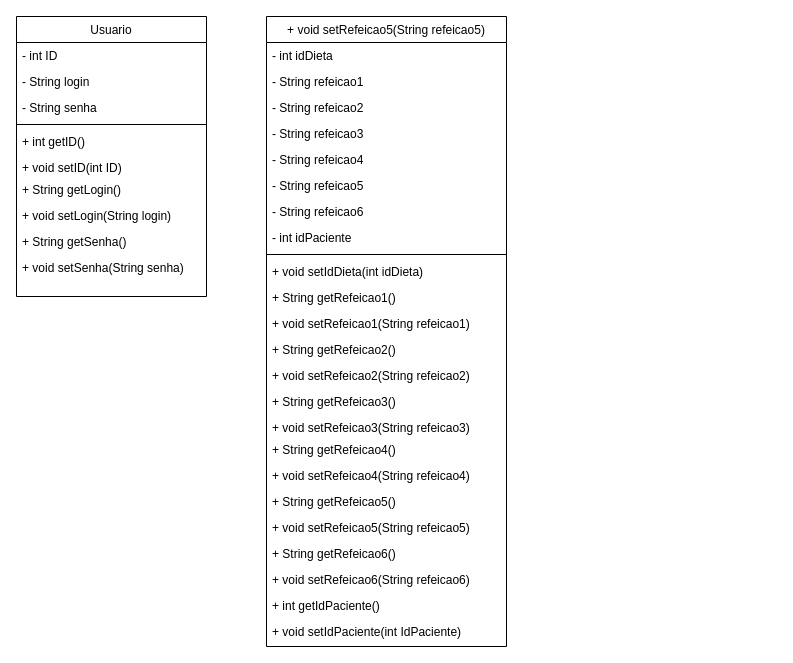
The draw.io diagram diagrama/Diagrama_Classe.drawio in Surfhaii/ProjectEng01, before the edit. Source tidied: cells renumbered, new cells numbered last; positions are measured from the earlier drawing's top-left corner, leaving out a move shared by most shapes. Both pictures are drawn from the tidied source at 100%, with x=0, y=0 at pixel (16, 16).
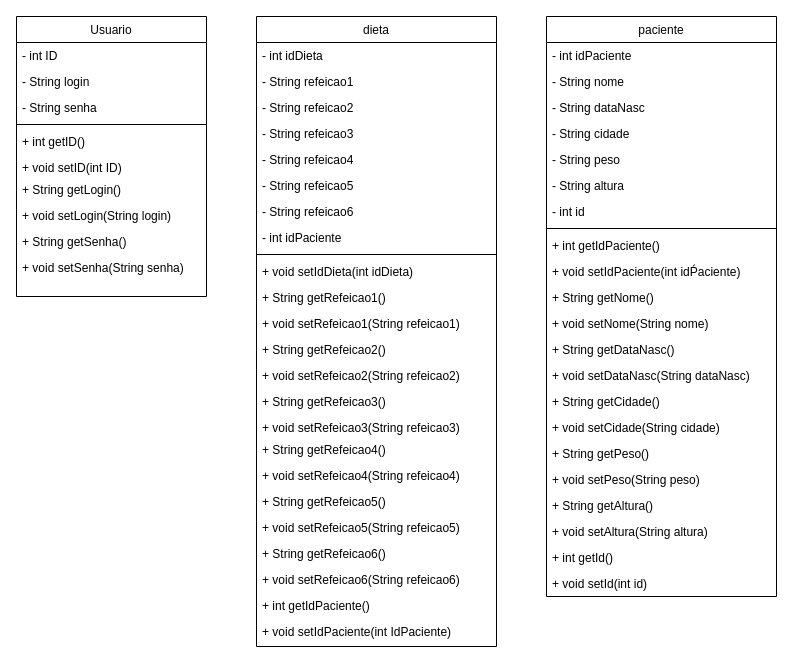
After the change.

Diff of the diagram source:
```diff
@@
-    <mxCell id="13" value="+ void setRefeicao5(String refeicao5)" style="swimlane;fontStyle=0;align=center;verticalAlign=top;horizontal=1;startSize=26;rounded=0;shadow=0;strokeWidth=1;" parent="1" vertex="1">
-      <mxGeometry x="250" width="240" height="630" as="geometry" />
+    <mxCell id="13" value="dieta" style="swimlane;fontStyle=0;align=center;verticalAlign=top;horizontal=1;startSize=26;rounded=0;shadow=0;strokeWidth=1;" parent="1" vertex="1">
+      <mxGeometry x="240" width="240" height="630" as="geometry" />
     </mxCell>
@@
+    <mxCell id="38" value="paciente" style="swimlane;fontStyle=0;align=center;verticalAlign=top;horizontal=1;startSize=26;rounded=0;shadow=0;strokeWidth=1;" parent="1" vertex="1">
+      <mxGeometry x="530" width="230" height="580" as="geometry" />
+    </mxCell>
+    <mxCell id="39" value="- int idPaciente" style="text;align=left;verticalAlign=top;spacingLeft=4;spacingRight=4;overflow=hidden;rounded=0;shadow=0;html=0;" parent="38" vertex="1">
+      <mxGeometry y="26" width="230" height="26" as="geometry" />
+    </mxCell>
+    <mxCell id="40" value="- String nome" style="text;align=left;verticalAlign=top;spacingLeft=4;spacingRight=4;overflow=hidden;rounded=0;shadow=0;html=0;" parent="38" vertex="1">
+      <mxGeometry y="52" width="230" height="26" as="geometry" />
+    </mxCell>
+    <mxCell id="41" value="- String dataNasc" style="text;align=left;verticalAlign=top;spacingLeft=4;spacingRight=4;overflow=hidden;rounded=0;shadow=0;html=0;" parent="38" vertex="1">
+      <mxGeometry y="78" width="230" height="26" as="geometry" />
+    </mxCell>
+    <mxCell id="42" value="- String cidade" style="text;align=left;verticalAlign=top;spacingLeft=4;spacingRight=4;overflow=hidden;rounded=0;shadow=0;html=0;" parent="38" vertex="1">
+      <mxGeometry y="104" width="230" height="26" as="geometry" />
+    </mxCell>
+    <mxCell id="43" value="- String peso" style="text;align=left;verticalAlign=top;spacingLeft=4;spacingRight=4;overflow=hidden;rounded=0;shadow=0;html=0;" parent="38" vertex="1">
+      <mxGeometry y="130" width="230" height="26" as="geometry" />
+    </mxCell>
+    <mxCell id="44" value="- String altura" style="text;align=left;verticalAlign=top;spacingLeft=4;spacingRight=4;overflow=hidden;rounded=0;shadow=0;html=0;" parent="38" vertex="1">
+      <mxGeometry y="156" width="230" height="26" as="geometry" />
+    </mxCell>
+    <mxCell id="45" value="- int id" style="text;align=left;verticalAlign=top;spacingLeft=4;spacingRight=4;overflow=hidden;rounded=0;shadow=0;html=0;" parent="38" vertex="1">
+      <mxGeometry y="182" width="230" height="26" as="geometry" />
+    </mxCell>
+    <mxCell id="46" style="line;html=1;strokeWidth=1;align=left;verticalAlign=middle;spacingTop=-1;spacingLeft=3;spacingRight=3;labelPosition=right;" parent="38" vertex="1">
+      <mxGeometry y="208" width="230" height="8" as="geometry" />
+    </mxCell>
+    <mxCell id="47" value="+ int getIdPaciente()" style="text;align=left;verticalAlign=top;spacingLeft=4;spacingRight=4;overflow=hidden;" parent="38" vertex="1">
+      <mxGeometry y="216" width="230" height="26" as="geometry" />
+    </mxCell>
+    <mxCell id="48" value="+ void setIdPaciente(int idṔaciente)" style="text;align=left;verticalAlign=top;spacingLeft=4;spacingRight=4;overflow=hidden;" parent="38" vertex="1">
+      <mxGeometry y="242" width="230" height="26" as="geometry" />
+    </mxCell>
+    <mxCell id="49" value="+ String getNome()" style="text;align=left;verticalAlign=top;spacingLeft=4;spacingRight=4;overflow=hidden;" parent="38" vertex="1">
+      <mxGeometry y="268" width="230" height="26" as="geometry" />
+    </mxCell>
+    <mxCell id="50" value="+ void setNome(String nome)" style="text;align=left;verticalAlign=top;spacingLeft=4;spacingRight=4;overflow=hidden;" parent="38" vertex="1">
+      <mxGeometry y="294" width="230" height="26" as="geometry" />
+    </mxCell>
+    <mxCell id="51" value="+ String getDataNasc()" style="text;align=left;verticalAlign=top;spacingLeft=4;spacingRight=4;overflow=hidden;" parent="38" vertex="1">
+      <mxGeometry y="320" width="230" height="26" as="geometry" />
+    </mxCell>
+    <mxCell id="52" value="+ void setDataNasc(String dataNasc)" style="text;align=left;verticalAlign=top;spacingLeft=4;spacingRight=4;overflow=hidden;" parent="38" vertex="1">
+      <mxGeometry y="346" width="230" height="26" as="geometry" />
+    </mxCell>
+    <mxCell id="53" value="+ String getCidade()" style="text;align=left;verticalAlign=top;spacingLeft=4;spacingRight=4;overflow=hidden;" parent="38" vertex="1">
+      <mxGeometry y="372" width="230" height="26" as="geometry" />
+    </mxCell>
+    <mxCell id="54" value="+ void setCidade(String cidade)" style="text;align=left;verticalAlign=top;spacingLeft=4;spacingRight=4;overflow=hidden;" parent="38" vertex="1">
+      <mxGeometry y="398" width="230" height="26" as="geometry" />
+    </mxCell>
+    <mxCell id="55" value="+ String getPeso()" style="text;align=left;verticalAlign=top;spacingLeft=4;spacingRight=4;overflow=hidden;" parent="38" vertex="1">
+      <mxGeometry y="424" width="230" height="26" as="geometry" />
+    </mxCell>
+    <mxCell id="56" value="+ void setPeso(String peso)" style="text;align=left;verticalAlign=top;spacingLeft=4;spacingRight=4;overflow=hidden;" parent="38" vertex="1">
+      <mxGeometry y="450" width="230" height="26" as="geometry" />
+    </mxCell>
+    <mxCell id="57" value="+ String getAltura()" style="text;align=left;verticalAlign=top;spacingLeft=4;spacingRight=4;overflow=hidden;" parent="38" vertex="1">
+      <mxGeometry y="476" width="230" height="26" as="geometry" />
+    </mxCell>
+    <mxCell id="58" value="+ void setAltura(String altura)" style="text;align=left;verticalAlign=top;spacingLeft=4;spacingRight=4;overflow=hidden;" parent="38" vertex="1">
+      <mxGeometry y="502" width="230" height="26" as="geometry" />
+    </mxCell>
+    <mxCell id="59" value="+ int getId()" style="text;align=left;verticalAlign=top;spacingLeft=4;spacingRight=4;overflow=hidden;" parent="38" vertex="1">
+      <mxGeometry y="528" width="230" height="26" as="geometry" />
+    </mxCell>
+    <mxCell id="60" value="+ void setId(int id)" style="text;align=left;verticalAlign=top;spacingLeft=4;spacingRight=4;overflow=hidden;" parent="38" vertex="1">
+      <mxGeometry y="554" width="230" height="26" as="geometry" />
+    </mxCell>
```
